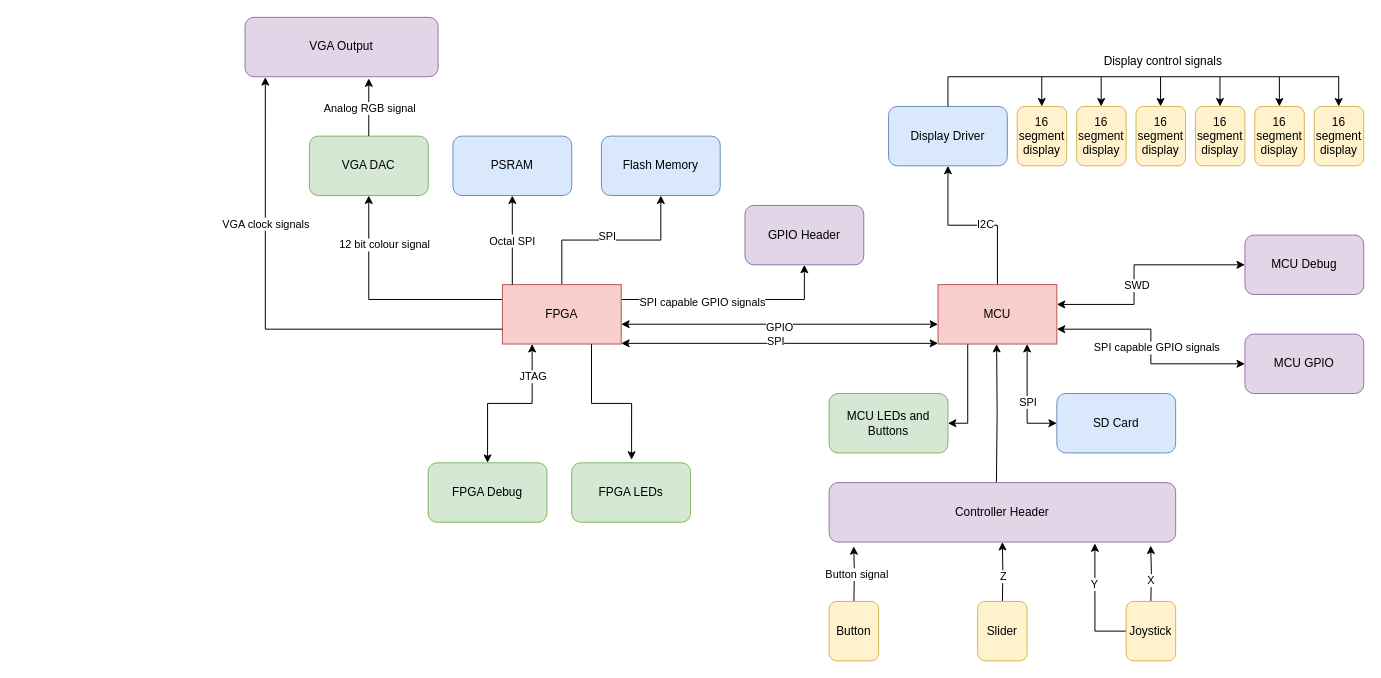
MH-Flight-Simulator-X/System-Figures-And-Microarchitecture keeps this draw.io diagram as PCB/DetailedPCBDiagram.drawio. Above is the earlier version. Source tidied: cells renumbered, new cells numbered last; positions are measured from the earlier drawing's top-left corner, leaving out a move shared by most shapes. Both pictures are drawn from the tidied source at 99%, with x=0, y=0 at pixel (245, 17).
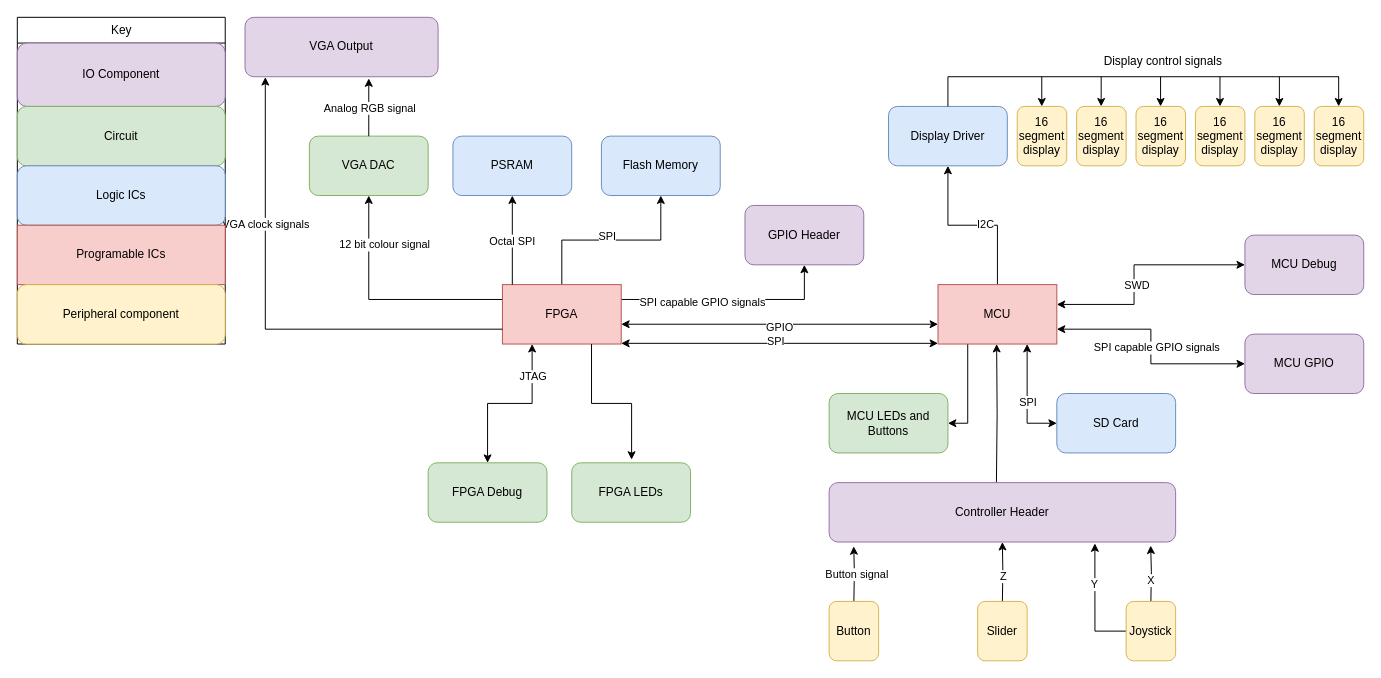
Above is the later version.

What changed in the source:
```diff
@@
+    <mxCell id="72" value="Key" style="swimlane;fontStyle=0;horizontal=1;startSize=26;fillColor=none;html=1;" parent="1" vertex="1">
+      <mxGeometry x="-230" width="210" height="330" as="geometry" />
+    </mxCell>
+    <mxCell id="73" value="IO Component" style="rounded=1;whiteSpace=wrap;html=1;fillColor=#e1d5e7;strokeColor=#9673a6;rotation=0;" parent="72" vertex="1">
+      <mxGeometry y="26" width="210" height="64" as="geometry" />
+    </mxCell>
+    <mxCell id="74" value="Circuit" style="rounded=1;whiteSpace=wrap;html=1;fillColor=#d5e8d4;strokeColor=#82b366;rotation=0;" parent="72" vertex="1">
+      <mxGeometry y="90" width="210" height="60" as="geometry" />
+    </mxCell>
+    <mxCell id="75" value="Logic ICs" style="rounded=1;whiteSpace=wrap;html=1;fillColor=#dae8fc;strokeColor=#6c8ebf;" parent="72" vertex="1">
+      <mxGeometry y="150" width="210" height="60" as="geometry" />
+    </mxCell>
+    <mxCell id="76" value="Programable ICs" style="rounded=0;whiteSpace=wrap;html=1;fillColor=#f8cecc;strokeColor=#b85450;" parent="72" vertex="1">
+      <mxGeometry y="210" width="210" height="60" as="geometry" />
+    </mxCell>
+    <mxCell id="77" value="Peripheral component" style="rounded=1;whiteSpace=wrap;html=1;fillColor=#fff2cc;strokeColor=#d6b656;" parent="72" vertex="1">
+      <mxGeometry y="270" width="210" height="60" as="geometry" />
+    </mxCell>
```
